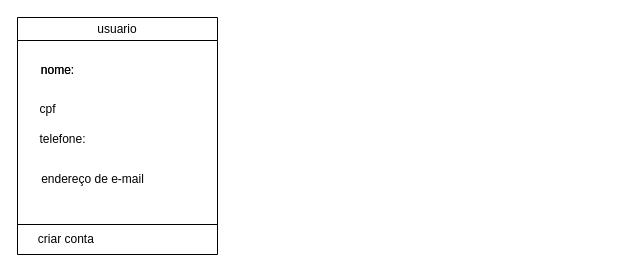
This is page "Página-6" (6 of 6) of Diagramaaula.drawio from juju378/diagramasderequisitos, a draw.io file, before an edit. Source tidied: cells renumbered, new cells numbered last; positions are measured from the earlier drawing's top-left corner, leaving out a move shared by most shapes. Both pictures are drawn from the tidied source at 100%, with x=0, y=0 at pixel (17, 17).
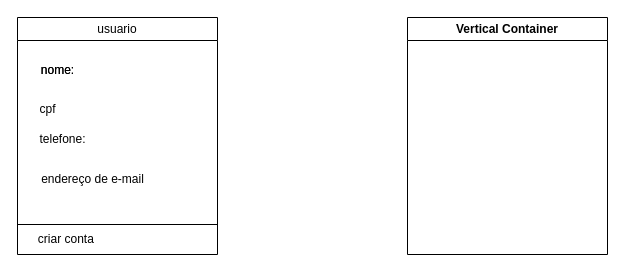
The same page after the edit.

What changed in the source:
```diff
@@
 <mxGraphModel>
   <root>
     <mxCell id="0" />
     <mxCell id="1" parent="0" />
     <mxCell id="2" value="usuario" style="swimlane;whiteSpace=wrap;html=1;fontStyle=0;" parent="1" vertex="1">
       <mxGeometry width="200" height="237" as="geometry" />
     </mxCell>
     <mxCell id="3" value="nome:&lt;div&gt;&lt;br&gt;&lt;/div&gt;&lt;div&gt;&lt;br&gt;&lt;/div&gt;" style="text;html=1;align=center;verticalAlign=middle;strokeColor=none;fillColor=none;" parent="2" vertex="1">
       <mxGeometry x="10" y="37" width="60" height="60" as="geometry" />
     </mxCell>
     <mxCell id="4" value="nome:&lt;div&gt;&lt;br&gt;&lt;/div&gt;&lt;div&gt;&lt;br&gt;&lt;/div&gt;" style="text;html=1;align=center;verticalAlign=middle;strokeColor=none;fillColor=none;" parent="2" vertex="1">
       <mxGeometry x="10" y="37" width="60" height="60" as="geometry" />
     </mxCell>
     <mxCell id="5" value="cpf" style="text;html=1;align=center;verticalAlign=middle;strokeColor=none;fillColor=none;" parent="2" vertex="1">
       <mxGeometry x="10" y="77" width="40" height="30" as="geometry" />
     </mxCell>
     <mxCell id="6" value="telefone:" style="text;html=1;align=center;verticalAlign=middle;strokeColor=none;fillColor=none;" parent="2" vertex="1">
       <mxGeometry x="10" y="107" width="70" height="30" as="geometry" />
     </mxCell>
     <mxCell id="7" value="criar conta&amp;nbsp;" style="text;html=1;align=center;verticalAlign=middle;strokeColor=none;fillColor=none;" parent="2" vertex="1">
       <mxGeometry x="10" y="207" width="80" height="30" as="geometry" />
     </mxCell>
     <mxCell id="8" value="endereço de e-mail" style="text;html=1;align=center;verticalAlign=middle;strokeColor=none;fillColor=none;" parent="2" vertex="1">
       <mxGeometry x="10" y="147" width="130" height="30" as="geometry" />
     </mxCell>
     <mxCell id="9" style="endArrow=none;html=1;rounded=0;" parent="1" edge="1">
       <mxGeometry relative="1" as="geometry">
         <mxPoint y="207" as="sourcePoint" />
         <mxPoint x="200" y="207" as="targetPoint" />
       </mxGeometry>
     </mxCell>
+    <mxCell id="10" value="Vertical Container" style="swimlane;whiteSpace=wrap;html=1;" parent="1" vertex="1">
+      <mxGeometry x="390" width="200" height="237" as="geometry" />
+    </mxCell>
   </root>
 </mxGraphModel>
```
